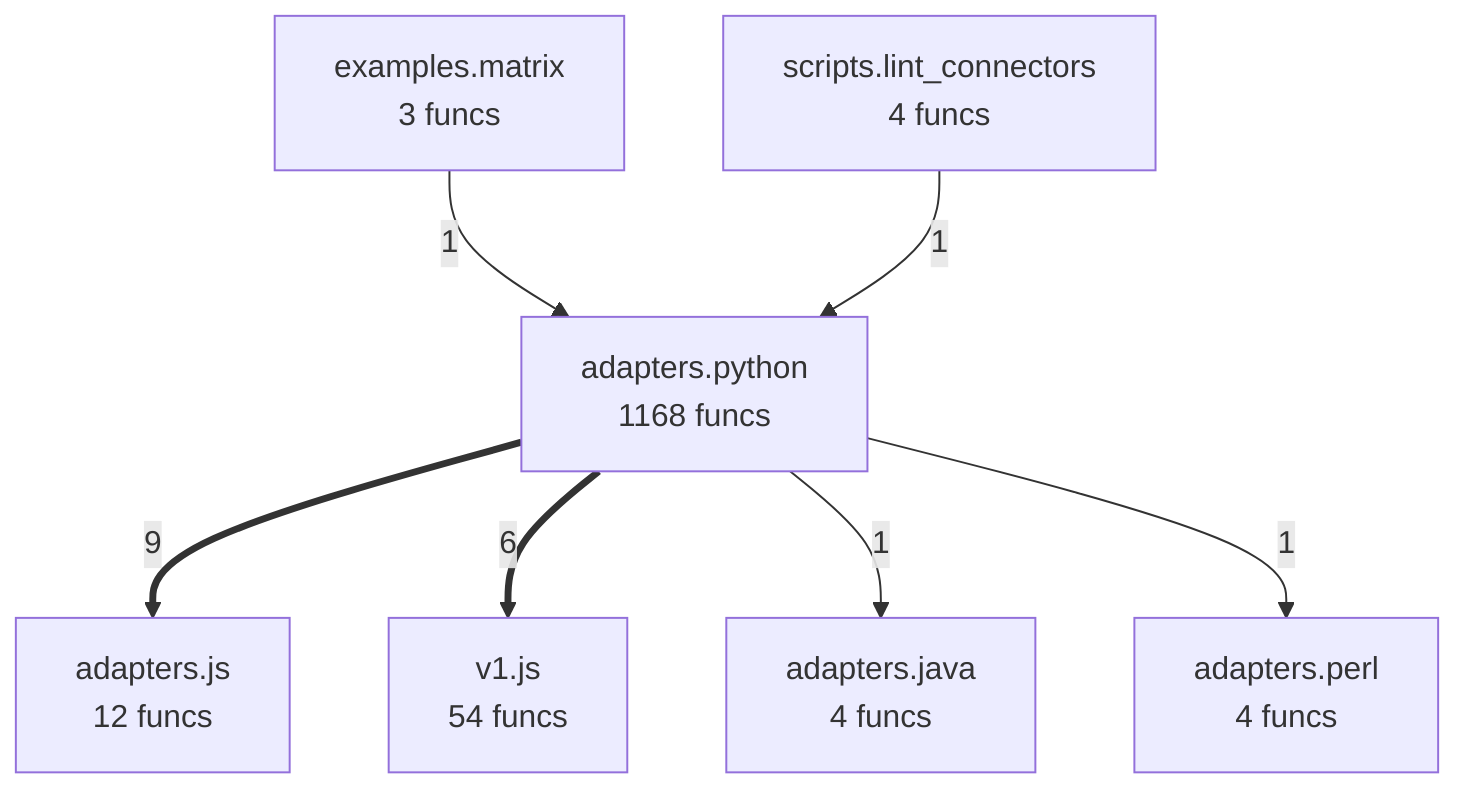
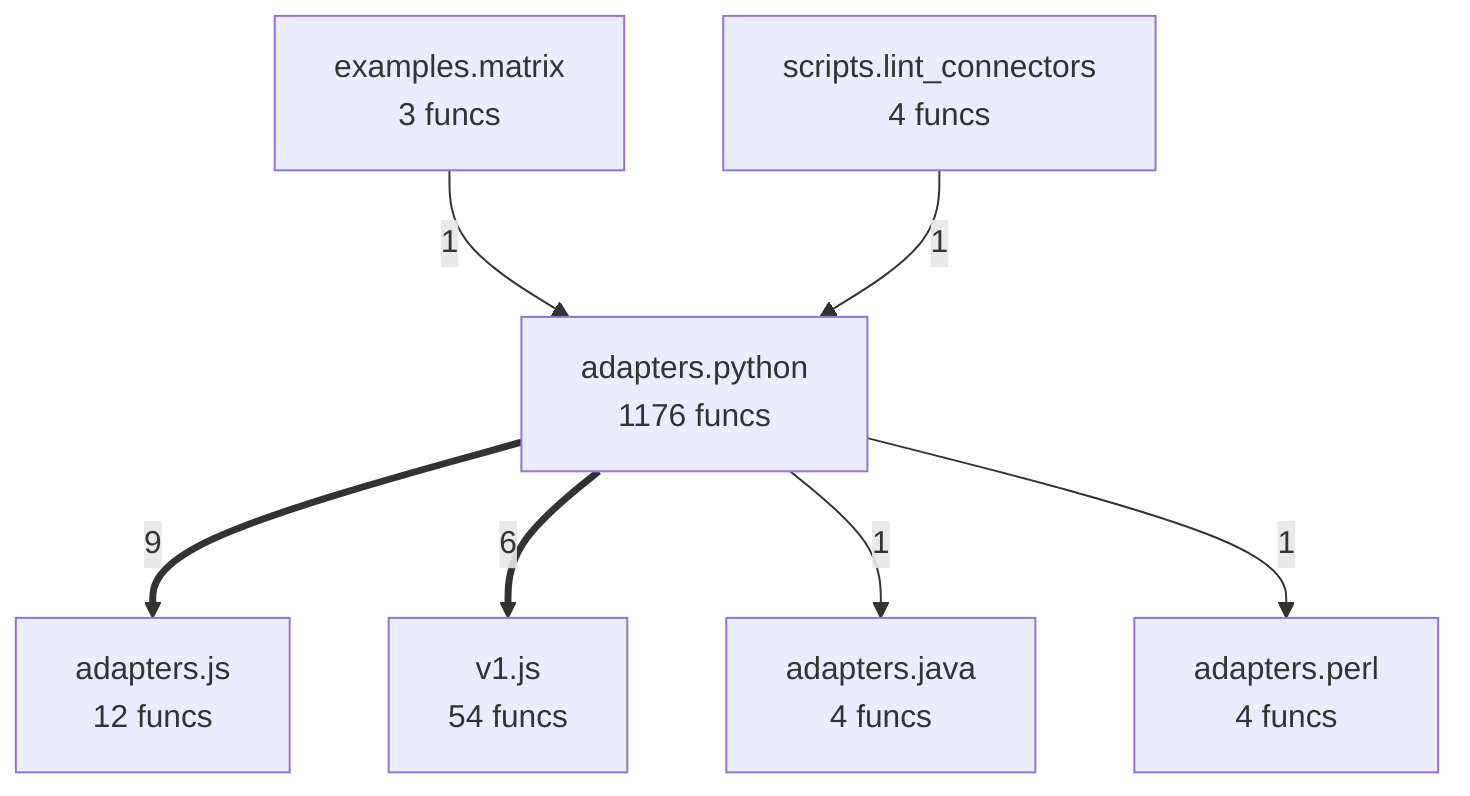
flowchart TD
- %% generated in 0.04s
+ %% generated in 0.09s
    adapters__java["adapters.java<br/>4 funcs"]
    adapters__js["adapters.js<br/>12 funcs"]
    adapters__perl["adapters.perl<br/>4 funcs"]
-     adapters__python["adapters.python<br/>1168 funcs"]
+     adapters__python["adapters.python<br/>1176 funcs"]
    examples__matrix["examples.matrix<br/>3 funcs"]
    scripts__lint_connectors["scripts.lint_connectors<br/>4 funcs"]
    v1__js["v1.js<br/>54 funcs"]
    adapters__python ==>|9| adapters__js
    adapters__python ==>|6| v1__js
    examples__matrix -->|1| adapters__python
    scripts__lint_connectors -->|1| adapters__python
    adapters__python -->|1| adapters__java
    adapters__python -->|1| adapters__perl
